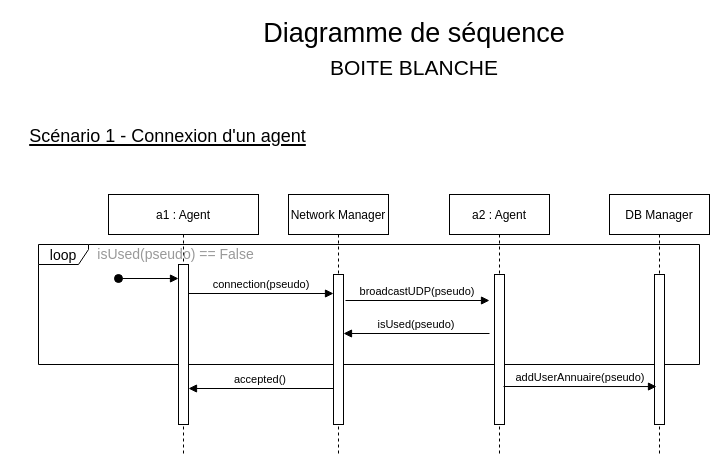
Earlier version of the draw.io diagram Sequence Diagram/Boite noire/Scénario 1 - Connexion Agent/Scenario_1_Connexion_Agent_WHITE_BOX.drawio (StefRCH/depot-projet-UML). Source tidied: cells renumbered, new cells numbered last; positions are measured from the earlier drawing's top-left corner, leaving out a move shared by most shapes. Both pictures are drawn from the tidied source at 100%, with x=0, y=0 at pixel (17, 34).
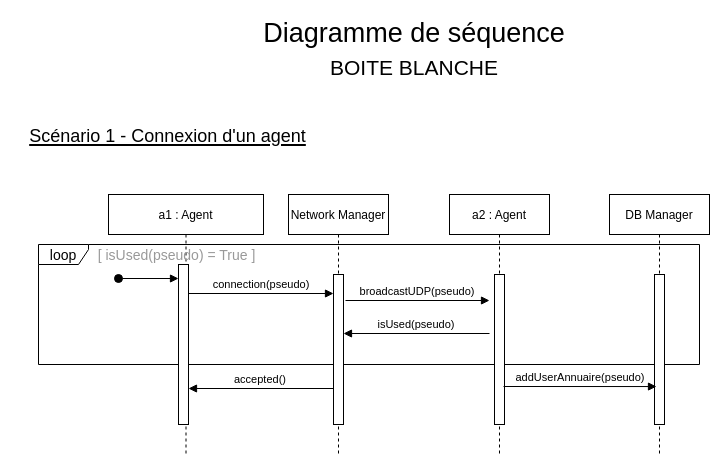
The same diagram, later.

Diff of the diagram source:
```diff
@@
     <mxCell id="3" value="a1 : Agent" style="shape=umlLifeline;perimeter=lifelinePerimeter;rounded=0;shadow=0;strokeWidth=1;" parent="1" vertex="1">
-      <mxGeometry x="91" y="160" width="150" height="260" as="geometry" />
+      <mxGeometry x="91" y="160" width="155" height="260" as="geometry" />
     </mxCell>
@@
-    <mxCell id="6" value="&lt;font color=&quot;#999999&quot;&gt;isUsed(pseudo) == False&lt;/font&gt;" style="text;html=1;align=center;verticalAlign=middle;strokeColor=none;fillColor=none;fontSize=14;" parent="3" vertex="1">
-      <mxGeometry x="-23" y="45" width="180" height="30" as="geometry" />
+    <mxCell id="6" value="&lt;font color=&quot;#999999&quot;&gt;[ isUsed(pseudo) = True ]&lt;/font&gt;" style="text;html=1;align=center;verticalAlign=middle;strokeColor=none;fillColor=none;fontSize=14;" parent="3" vertex="1">
+      <mxGeometry x="-20" y="46" width="175" height="29" as="geometry" />
     </mxCell>
```
